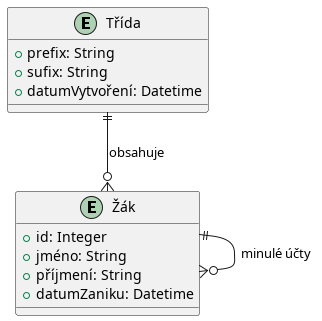
Above: images/ed-schedule-calculated-previous-relation.png in DanielADK/tul-bp (PlantUML), before the change.
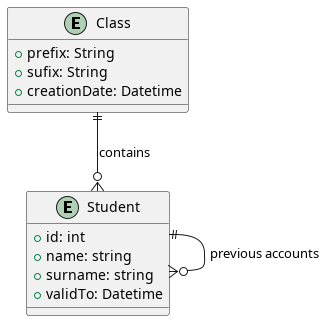
Later version of the same file.

The edit, as a diff of the source:
```diff
@@ -1,20 +1,20 @@
 @startuml
-entity "Žák" as Student {
-    +id: Integer
-    +jméno: String
-    +příjmení: String
-    +datumZaniku: Datetime
+entity "Student" as Student {
+    +id: int
+    +name: string
+    +surname: string
+    +validTo: Datetime
 }
 
-entity "Třída" as Class {
+entity "Class" as Class {
     +prefix: String
     +sufix: String
-    +datumVytvoření: Datetime
+    +creationDate: Datetime
 }
 
 
-Student ||--o{ Student : "minulé účty"
+Student ||--o{ Student : "previous accounts"
 
-Class ||--o{ Student : "obsahuje"
+Class ||--o{ Student : "contains"
 
 @enduml
```
